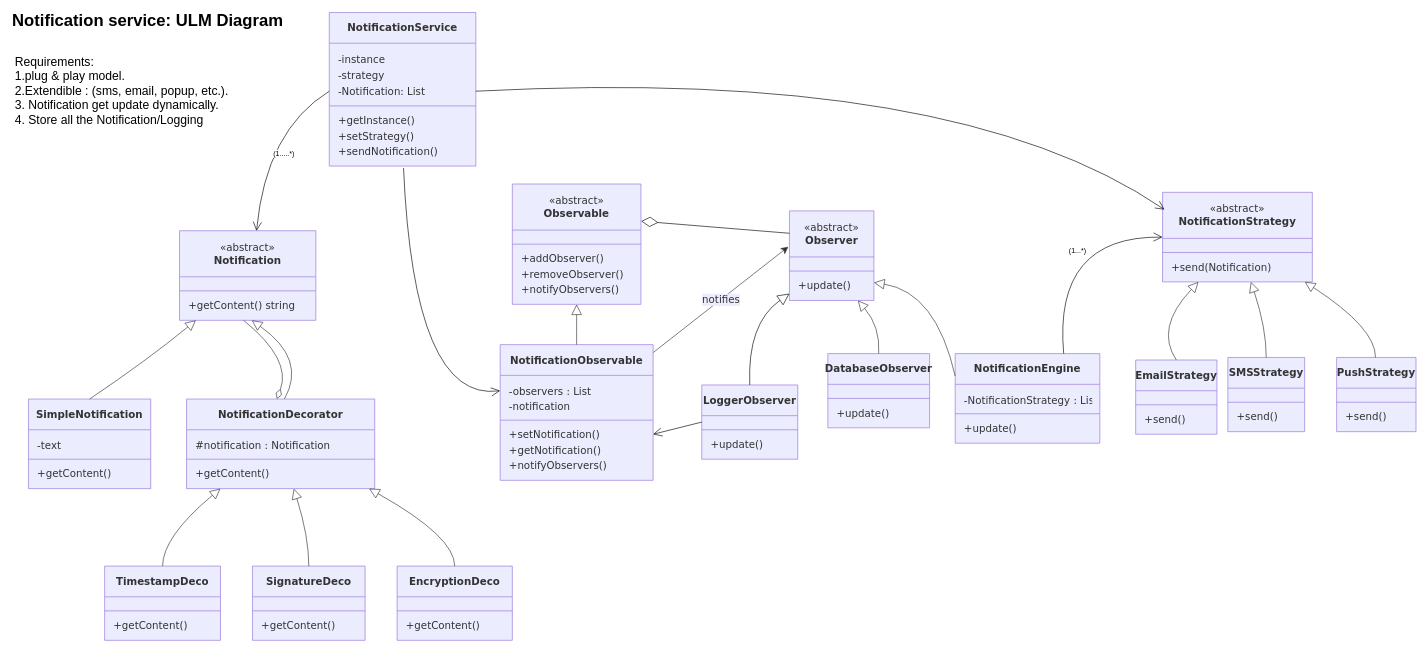
Earlier version of the draw.io diagram page "ulm" (1 of 2) of notification ULM.drawio (armannhansda/ULM-diagrams). Source tidied: cells renumbered, new cells numbered last; positions are measured from the earlier drawing's top-left corner, leaving out a move shared by most shapes. Both pictures are drawn from the tidied source at 64%, with x=0, y=0 at pixel (11, 12).
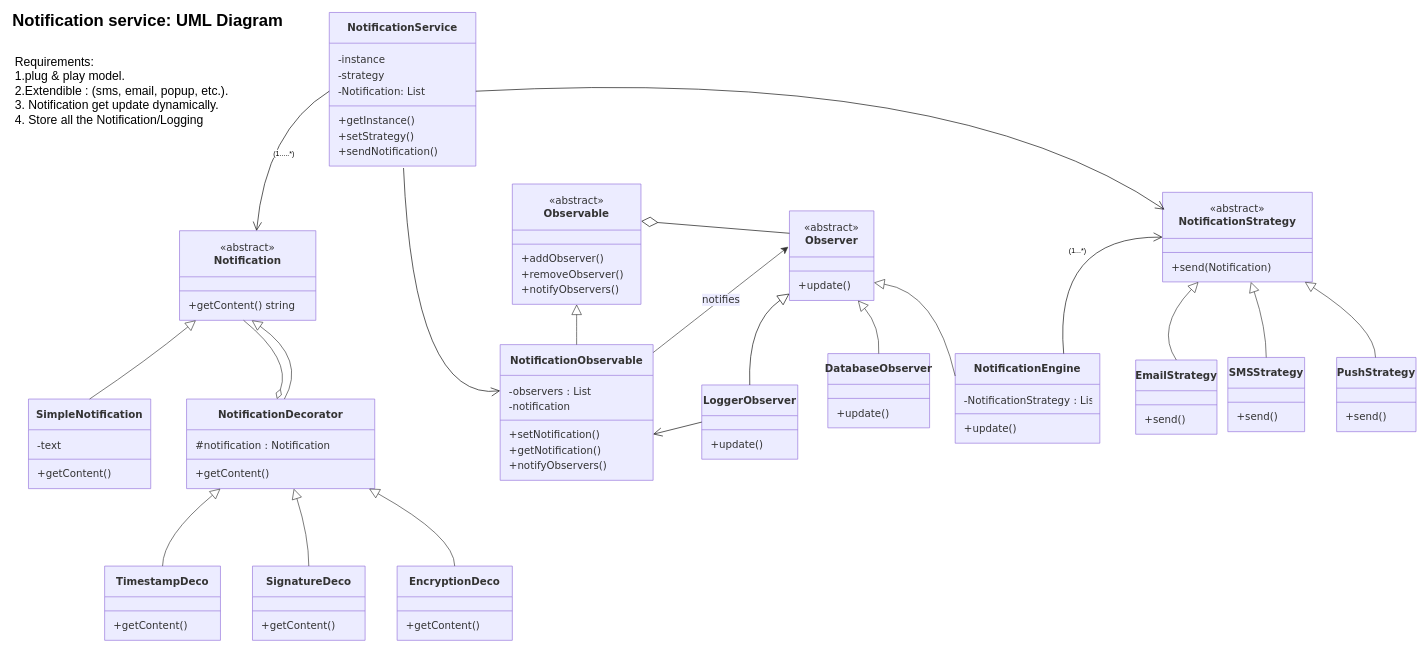
The same diagram, later.

The change refers to these unchanged cells:
```xml
<mxCell id="2" style="group;transparentBounds=1;editIcon=1;lockedGroup=0;groupPadding=20;" parent="1" vertex="1">
  <mxGeometry x="109" y="36" width="1628" height="665" as="geometry" />
</mxCell>
```

Change to the diagram source:
```diff
@@
-    <mxCell id="90" value="&lt;font style=&quot;font-size: 26px;&quot;&gt;&lt;font style=&quot;&quot;&gt;Notification service:&amp;nbsp;&lt;/font&gt;&lt;span style=&quot;background-color: transparent; color: light-dark(rgb(0, 0, 0), rgb(255, 255, 255));&quot;&gt;ULM Diagram&lt;/span&gt;&lt;/font&gt;" style="text;align=center;fontStyle=1;verticalAlign=middle;spacingLeft=3;spacingRight=3;strokeColor=none;html=1;" parent="2" vertex="1">
+    <mxCell id="90" value="&lt;font style=&quot;font-size: 26px;&quot;&gt;&lt;font style=&quot;&quot;&gt;Notification service:&amp;nbsp;&lt;/font&gt;&lt;span style=&quot;background-color: transparent; color: light-dark(rgb(0, 0, 0), rgb(255, 255, 255));&quot;&gt;UML Diagram&lt;/span&gt;&lt;/font&gt;" style="text;align=center;fontStyle=1;verticalAlign=middle;spacingLeft=3;spacingRight=3;strokeColor=none;html=1;" parent="2" vertex="1">
       <mxGeometry x="-109" y="-36" width="426" height="26" as="geometry" />
     </mxCell>
```
